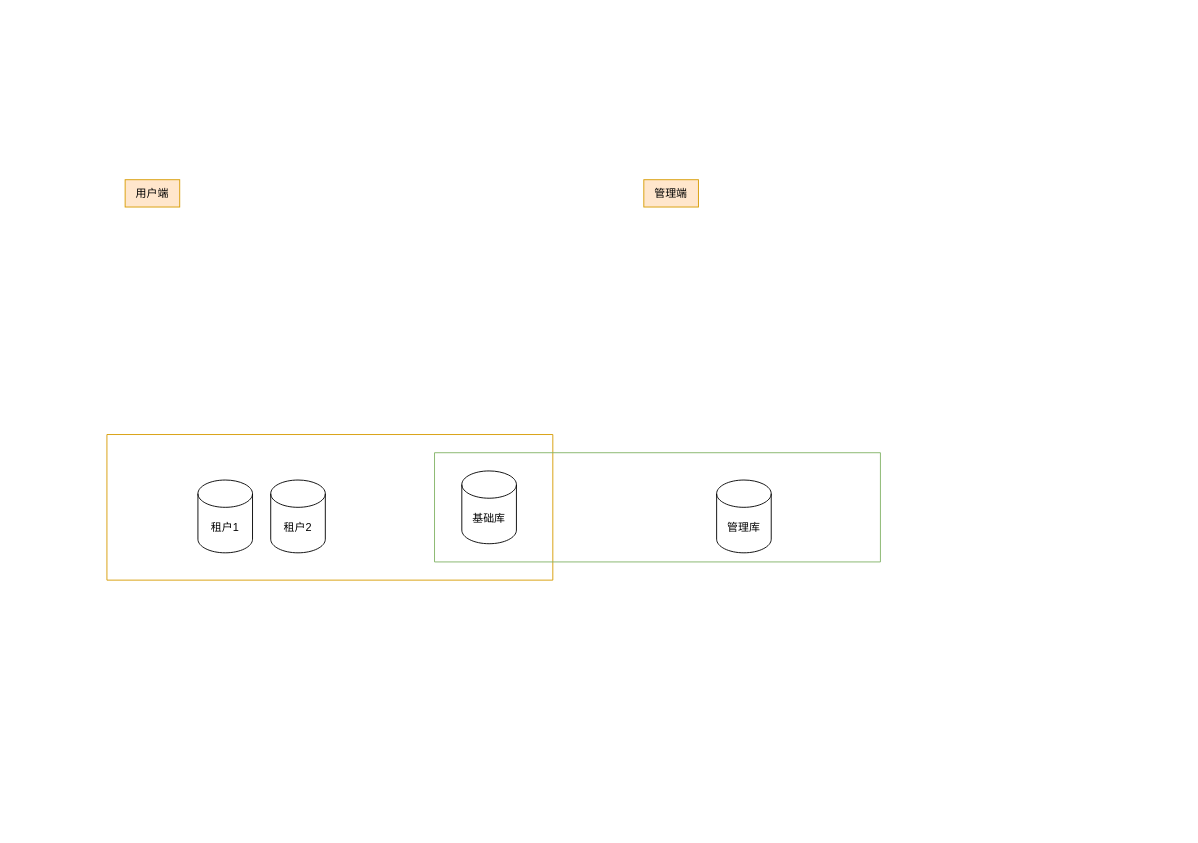
maigao11/flow keeps this draw.io diagram as 物业saas版本2.drawio. Above is the earlier version. Source tidied: cells renumbered, new cells numbered last; positions are measured from the earlier drawing's top-left corner, leaving out a move shared by most shapes. Both pictures are drawn from the tidied source at 91%, with x=0, y=0 at pixel (106, 179).
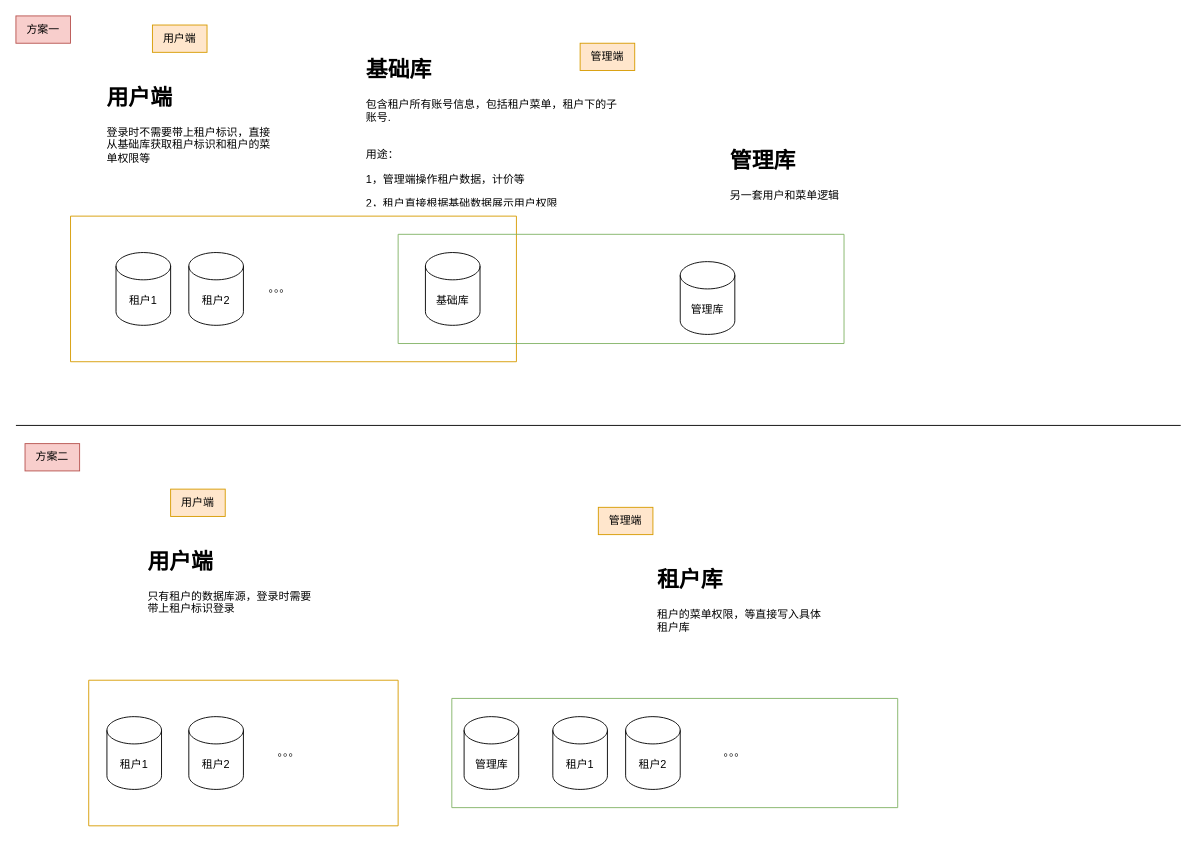
Above is the later version.

Commit message:
更新物业saas版本2.drawio

Change to the diagram source:
```diff
@@
     <mxCell id="2" value="用户端" style="text;html=1;strokeColor=#d79b00;fillColor=#ffe6cc;align=center;verticalAlign=middle;whiteSpace=wrap;rounded=0;" parent="1" vertex="1">
-      <mxGeometry x="20" width="60" height="30" as="geometry" />
+      <mxGeometry x="50" y="-170" width="60" height="30" as="geometry" />
     </mxCell>
     <mxCell id="3" value="管理端" style="text;html=1;strokeColor=#d79b00;fillColor=#ffe6cc;align=center;verticalAlign=middle;whiteSpace=wrap;rounded=0;" parent="1" vertex="1">
-      <mxGeometry x="590" width="60" height="30" as="geometry" />
+      <mxGeometry x="520" y="-150" width="60" height="30" as="geometry" />
     </mxCell>
     <mxCell id="4" value="基础库" style="shape=cylinder3;whiteSpace=wrap;html=1;boundedLbl=1;backgroundOutline=1;size=15;" parent="1" vertex="1">
-      <mxGeometry x="390" y="320" width="60" height="80" as="geometry" />
+      <mxGeometry x="350" y="80" width="60" height="80" as="geometry" />
     </mxCell>
     <mxCell id="5" value="管理库" style="shape=cylinder3;whiteSpace=wrap;html=1;boundedLbl=1;backgroundOutline=1;size=15;" parent="1" vertex="1">
-      <mxGeometry x="670" y="330" width="60" height="80" as="geometry" />
+      <mxGeometry x="630" y="90" width="60" height="80" as="geometry" />
     </mxCell>
     <mxCell id="6" value="租户1" style="shape=cylinder3;whiteSpace=wrap;html=1;boundedLbl=1;backgroundOutline=1;size=15;" parent="1" vertex="1">
-      <mxGeometry x="100" y="330" width="60" height="80" as="geometry" />
+      <mxGeometry x="10" y="80" width="60" height="80" as="geometry" />
     </mxCell>
     <mxCell id="7" value="租户2" style="shape=cylinder3;whiteSpace=wrap;html=1;boundedLbl=1;backgroundOutline=1;size=15;" parent="1" vertex="1">
-      <mxGeometry x="180" y="330" width="60" height="80" as="geometry" />
+      <mxGeometry x="90" y="80" width="60" height="80" as="geometry" />
     </mxCell>
     <mxCell id="8" style="endArrow=none;html=1;rounded=0;fillColor=#ffe6cc;strokeColor=#d79b00;" parent="1" edge="1">
       <mxGeometry relative="1" as="geometry">
-        <mxPoint y="280" as="sourcePoint" />
-        <mxPoint x="490" y="280" as="targetPoint" />
+        <mxPoint x="-40" y="40" as="sourcePoint" />
+        <mxPoint x="450" y="40" as="targetPoint" />
       </mxGeometry>
     </mxCell>
     <mxCell id="9" style="endArrow=none;html=1;rounded=0;fillColor=#ffe6cc;strokeColor=#d79b00;" parent="1" edge="1">
       <mxGeometry relative="1" as="geometry">
-        <mxPoint y="440" as="sourcePoint" />
-        <mxPoint x="490" y="440" as="targetPoint" />
+        <mxPoint x="-40" y="200" as="sourcePoint" />
+        <mxPoint x="450" y="200" as="targetPoint" />
       </mxGeometry>
     </mxCell>
     <mxCell id="10" style="endArrow=none;html=1;rounded=0;fillColor=#ffe6cc;strokeColor=#d79b00;" parent="1" edge="1">
       <mxGeometry relative="1" as="geometry">
-        <mxPoint y="440" as="sourcePoint" />
-        <mxPoint y="280" as="targetPoint" />
+        <mxPoint x="-40" y="200" as="sourcePoint" />
+        <mxPoint x="-40" y="40" as="targetPoint" />
       </mxGeometry>
     </mxCell>
     <mxCell id="11" style="endArrow=none;html=1;rounded=0;fillColor=#ffe6cc;strokeColor=#d79b00;" parent="1" edge="1">
       <mxGeometry relative="1" as="geometry">
-        <mxPoint x="490" y="440" as="sourcePoint" />
-        <mxPoint x="490" y="280" as="targetPoint" />
+        <mxPoint x="450" y="200" as="sourcePoint" />
+        <mxPoint x="450" y="40" as="targetPoint" />
       </mxGeometry>
     </mxCell>
     <mxCell id="12" style="endArrow=none;html=1;rounded=0;fillColor=#d5e8d4;strokeColor=#82b366;" parent="1" edge="1">
       <mxGeometry relative="1" as="geometry">
-        <mxPoint x="360" y="300" as="sourcePoint" />
-        <mxPoint x="850" y="300" as="targetPoint" />
+        <mxPoint x="320" y="60" as="sourcePoint" />
+        <mxPoint x="810" y="60" as="targetPoint" />
       </mxGeometry>
     </mxCell>
     <mxCell id="13" style="endArrow=none;html=1;rounded=0;fillColor=#d5e8d4;strokeColor=#82b366;" parent="1" edge="1">
       <mxGeometry relative="1" as="geometry">
-        <mxPoint x="360" y="420" as="sourcePoint" />
-        <mxPoint x="850" y="420" as="targetPoint" />
+        <mxPoint x="320" y="180" as="sourcePoint" />
+        <mxPoint x="810" y="180" as="targetPoint" />
       </mxGeometry>
     </mxCell>
     <mxCell id="14" style="endArrow=none;html=1;rounded=0;fillColor=#d5e8d4;strokeColor=#82b366;" parent="1" edge="1">
       <mxGeometry relative="1" as="geometry">
-        <mxPoint x="360" y="420" as="sourcePoint" />
-        <mxPoint x="360" y="300" as="targetPoint" />
+        <mxPoint x="320" y="180" as="sourcePoint" />
+        <mxPoint x="320" y="60" as="targetPoint" />
       </mxGeometry>
     </mxCell>
     <mxCell id="15" style="endArrow=none;html=1;rounded=0;fillColor=#d5e8d4;strokeColor=#82b366;" parent="1" edge="1">
       <mxGeometry x="0.33" y="-410" relative="1" as="geometry">
-        <mxPoint x="850" y="420" as="sourcePoint" />
-        <mxPoint x="850" y="300" as="targetPoint" />
+        <mxPoint x="810" y="180" as="sourcePoint" />
+        <mxPoint x="810" y="60" as="targetPoint" />
       </mxGeometry>
     </mxCell>
+    <mxCell id="16" value="&lt;h1&gt;用户端&lt;/h1&gt;&lt;p&gt;登录时不需要带上租户标识，直接从基础库获取租户标识和租户的菜单权限等&lt;/p&gt;" style="text;html=1;strokeColor=none;fillColor=none;spacing=5;spacingTop=-20;whiteSpace=wrap;overflow=hidden;rounded=0;" parent="1" vertex="1">
+      <mxGeometry x="-5" y="-110" width="190" height="120" as="geometry" />
+    </mxCell>
+    <mxCell id="17" value="用户端" style="text;html=1;strokeColor=#d79b00;fillColor=#ffe6cc;align=center;verticalAlign=middle;whiteSpace=wrap;rounded=0;" parent="1" vertex="1">
+      <mxGeometry x="70" y="340" width="60" height="30" as="geometry" />
+    </mxCell>
+    <mxCell id="18" value="管理端" style="text;html=1;strokeColor=#d79b00;fillColor=#ffe6cc;align=center;verticalAlign=middle;whiteSpace=wrap;rounded=0;" parent="1" vertex="1">
+      <mxGeometry x="540" y="360" width="60" height="30" as="geometry" />
+    </mxCell>
+    <mxCell id="19" value="管理库" style="shape=cylinder3;whiteSpace=wrap;html=1;boundedLbl=1;backgroundOutline=1;size=15;" parent="1" vertex="1">
+      <mxGeometry x="392.5" y="590" width="60" height="80" as="geometry" />
+    </mxCell>
+    <mxCell id="20" value="租户1" style="shape=cylinder3;whiteSpace=wrap;html=1;boundedLbl=1;backgroundOutline=1;size=15;" parent="1" vertex="1">
+      <mxGeometry y="590" width="60" height="80" as="geometry" />
+    </mxCell>
+    <mxCell id="21" value="租户2" style="shape=cylinder3;whiteSpace=wrap;html=1;boundedLbl=1;backgroundOutline=1;size=15;" parent="1" vertex="1">
+      <mxGeometry x="90" y="590" width="60" height="80" as="geometry" />
+    </mxCell>
+    <mxCell id="22" style="endArrow=none;html=1;rounded=0;fillColor=#ffe6cc;strokeColor=#d79b00;" parent="1" edge="1">
+      <mxGeometry relative="1" as="geometry">
+        <mxPoint x="-20" y="550" as="sourcePoint" />
+        <mxPoint x="320" y="550" as="targetPoint" />
+      </mxGeometry>
+    </mxCell>
+    <mxCell id="23" style="endArrow=none;html=1;rounded=0;fillColor=#ffe6cc;strokeColor=#d79b00;" parent="1" edge="1">
+      <mxGeometry relative="1" as="geometry">
+        <mxPoint x="-20" y="710" as="sourcePoint" />
+        <mxPoint x="320" y="710" as="targetPoint" />
+      </mxGeometry>
+    </mxCell>
+    <mxCell id="24" style="endArrow=none;html=1;rounded=0;fillColor=#ffe6cc;strokeColor=#d79b00;" parent="1" edge="1">
+      <mxGeometry relative="1" as="geometry">
+        <mxPoint x="-20" y="710" as="sourcePoint" />
+        <mxPoint x="-20" y="550" as="targetPoint" />
+      </mxGeometry>
+    </mxCell>
+    <mxCell id="25" style="endArrow=none;html=1;rounded=0;fillColor=#ffe6cc;strokeColor=#d79b00;" parent="1" edge="1">
+      <mxGeometry x="0.25" y="140" relative="1" as="geometry">
+        <mxPoint x="320" y="710" as="sourcePoint" />
+        <mxPoint x="320" y="550" as="targetPoint" />
+      </mxGeometry>
+    </mxCell>
+    <mxCell id="26" style="endArrow=none;html=1;rounded=0;fillColor=#d5e8d4;strokeColor=#82b366;" parent="1" edge="1">
+      <mxGeometry relative="1" as="geometry">
+        <mxPoint x="379" y="570" as="sourcePoint" />
+        <mxPoint x="869" y="570" as="targetPoint" />
+      </mxGeometry>
+    </mxCell>
+    <mxCell id="27" style="endArrow=none;html=1;rounded=0;fillColor=#d5e8d4;strokeColor=#82b366;" parent="1" edge="1">
+      <mxGeometry relative="1" as="geometry">
+        <mxPoint x="379" y="690" as="sourcePoint" />
+        <mxPoint x="869" y="690" as="targetPoint" />
+      </mxGeometry>
+    </mxCell>
+    <mxCell id="28" style="endArrow=none;html=1;rounded=0;fillColor=#d5e8d4;strokeColor=#82b366;" parent="1" edge="1">
+      <mxGeometry relative="1" as="geometry">
+        <mxPoint x="379" y="690" as="sourcePoint" />
+        <mxPoint x="379" y="570" as="targetPoint" />
+      </mxGeometry>
+    </mxCell>
+    <mxCell id="29" style="endArrow=none;html=1;rounded=0;fillColor=#d5e8d4;strokeColor=#82b366;" parent="1" edge="1">
+      <mxGeometry x="0.33" y="-410" relative="1" as="geometry">
+        <mxPoint x="869" y="690" as="sourcePoint" />
+        <mxPoint x="869" y="570" as="targetPoint" />
+      </mxGeometry>
+    </mxCell>
+    <mxCell id="30" value="&lt;h1&gt;用户端&lt;/h1&gt;&lt;p&gt;只有租户的数据库源，登录时需要带上租户标识登录&lt;/p&gt;" style="text;html=1;strokeColor=none;fillColor=none;spacing=5;spacingTop=-20;whiteSpace=wrap;overflow=hidden;rounded=0;" parent="1" vertex="1">
+      <mxGeometry x="40" y="400" width="190" height="120" as="geometry" />
+    </mxCell>
+    <mxCell id="31" style="endArrow=none;html=1;rounded=0;" parent="1" edge="1">
+      <mxGeometry relative="1" as="geometry">
+        <mxPoint x="-100" y="270" as="sourcePoint" />
+        <mxPoint x="1180" y="270" as="targetPoint" />
+      </mxGeometry>
+    </mxCell>
+    <mxCell id="32" value="。。。" style="text;html=1;strokeColor=none;fillColor=none;align=center;verticalAlign=middle;whiteSpace=wrap;rounded=0;" parent="1" vertex="1">
+      <mxGeometry x="160" y="105" width="60" height="30" as="geometry" />
+    </mxCell>
+    <mxCell id="33" value="&lt;h1&gt;基础库&lt;/h1&gt;&lt;p&gt;包含租户所有账号信息，包括租户菜单，租户下的子账号.&lt;br&gt;&lt;br&gt;&lt;/p&gt;&lt;p&gt;用途：&lt;/p&gt;&lt;p&gt;1，管理端操作租户数据，计价等&lt;/p&gt;&lt;p&gt;2，租户直接根据基础数据展示用户权限&lt;/p&gt;&lt;p&gt;&lt;br&gt;&lt;/p&gt;" style="text;html=1;strokeColor=none;fillColor=none;spacing=5;spacingTop=-20;whiteSpace=wrap;overflow=hidden;rounded=0;" parent="1" vertex="1">
+      <mxGeometry x="280" y="-140" width="285" height="170" as="geometry" />
+    </mxCell>
+    <mxCell id="34" value="&lt;h1&gt;管理库&lt;/h1&gt;&lt;p&gt;另一套用户和菜单逻辑&lt;/p&gt;" style="text;html=1;strokeColor=none;fillColor=none;spacing=5;spacingTop=-20;whiteSpace=wrap;overflow=hidden;rounded=0;" parent="1" vertex="1">
+      <mxGeometry x="680" y="-40" width="190" height="90" as="geometry" />
+    </mxCell>
+    <mxCell id="35" value="租户2" style="shape=cylinder3;whiteSpace=wrap;html=1;boundedLbl=1;backgroundOutline=1;size=15;" parent="1" vertex="1">
+      <mxGeometry x="570" y="590" width="60" height="80" as="geometry" />
+    </mxCell>
+    <mxCell id="36" value="。。。" style="text;html=1;strokeColor=none;fillColor=none;align=center;verticalAlign=middle;whiteSpace=wrap;rounded=0;" parent="1" vertex="1">
+      <mxGeometry x="170" y="615" width="60" height="30" as="geometry" />
+    </mxCell>
+    <mxCell id="37" value="。。。" style="text;html=1;strokeColor=none;fillColor=none;align=center;verticalAlign=middle;whiteSpace=wrap;rounded=0;" parent="1" vertex="1">
+      <mxGeometry x="660" y="615" width="60" height="30" as="geometry" />
+    </mxCell>
+    <mxCell id="38" value="租户1" style="shape=cylinder3;whiteSpace=wrap;html=1;boundedLbl=1;backgroundOutline=1;size=15;" parent="1" vertex="1">
+      <mxGeometry x="490" y="590" width="60" height="80" as="geometry" />
+    </mxCell>
+    <mxCell id="39" value="&lt;h1&gt;租户库&lt;/h1&gt;&lt;p&gt;租户的菜单权限，等直接写入具体租户库&lt;/p&gt;" style="text;html=1;strokeColor=none;fillColor=none;spacing=5;spacingTop=-20;whiteSpace=wrap;overflow=hidden;rounded=0;" parent="1" vertex="1">
+      <mxGeometry x="600" y="420" width="190" height="120" as="geometry" />
+    </mxCell>
+    <mxCell id="40" value="方案一" style="text;html=1;strokeColor=#b85450;fillColor=#f8cecc;align=center;verticalAlign=middle;whiteSpace=wrap;rounded=0;" parent="1" vertex="1">
+      <mxGeometry x="-100" y="-180" width="60" height="30" as="geometry" />
+    </mxCell>
+    <mxCell id="41" value="方案二" style="text;html=1;strokeColor=#b85450;fillColor=#f8cecc;align=center;verticalAlign=middle;whiteSpace=wrap;rounded=0;" parent="1" vertex="1">
+      <mxGeometry x="-90" y="290" width="60" height="30" as="geometry" />
+    </mxCell>
```
